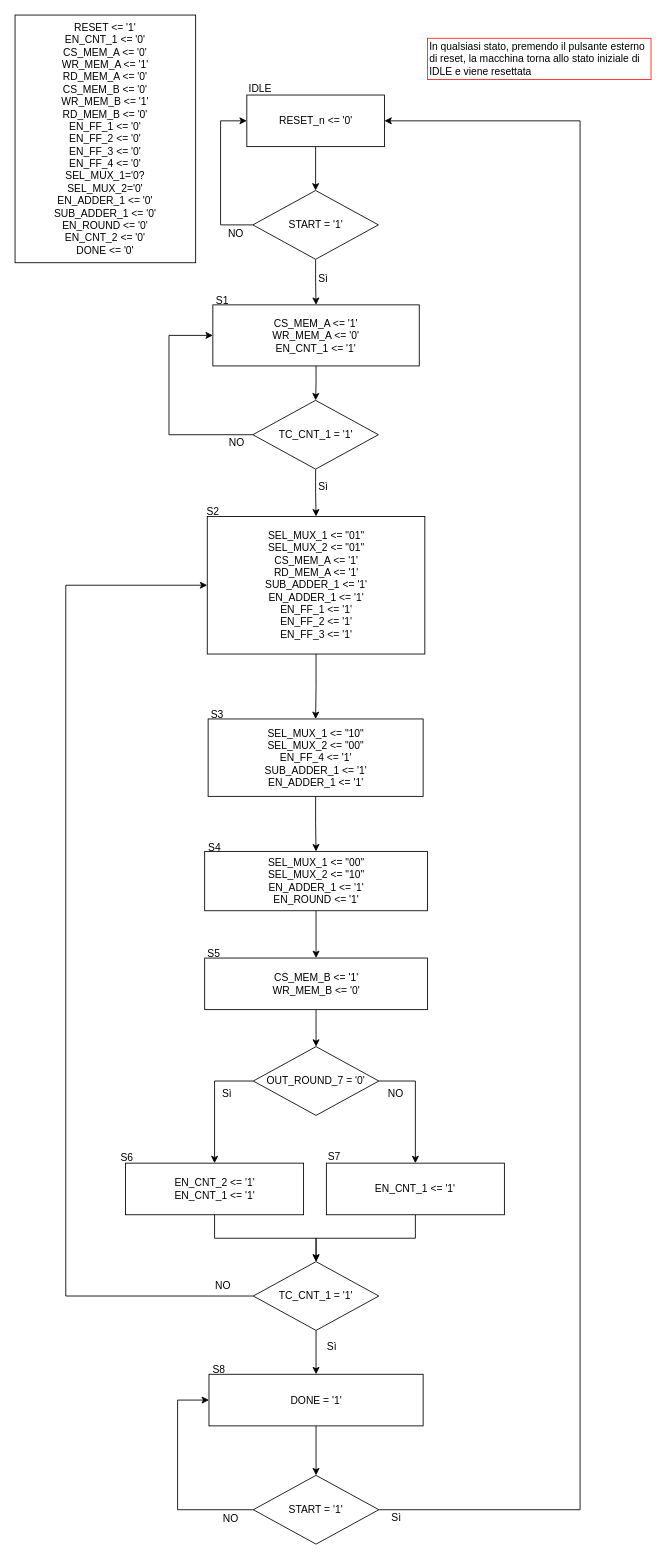
Above: lab6/Control ASM.drawio in leobel96/Polito-ESD-NeuralNetwork (draw.io), before the change. Source tidied: cells renumbered, new cells numbered last; positions are measured from the earlier drawing's top-left corner, leaving out a move shared by most shapes. Both pictures are drawn from the tidied source at 86%, with x=0, y=0 at pixel (15, 15).
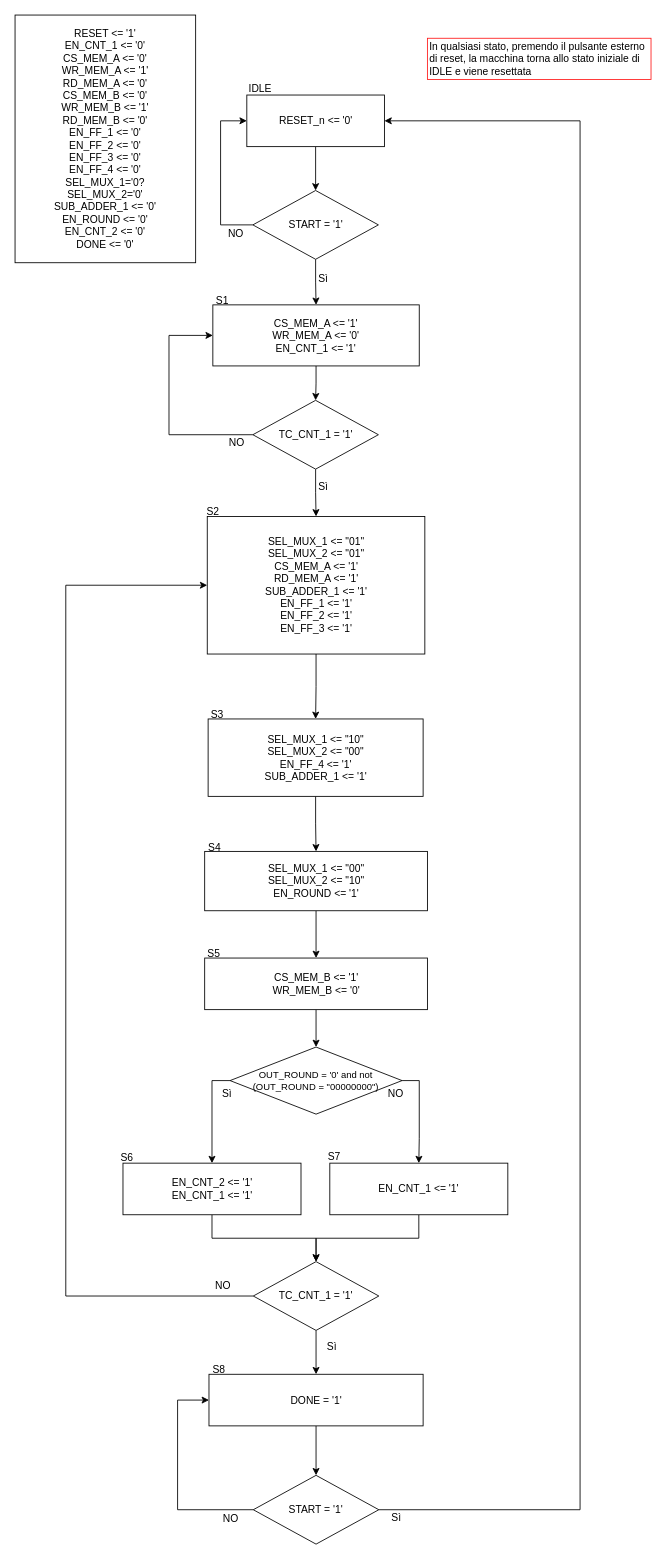
Above is the later version.

Diff of the diagram source:
```diff
@@
-    <mxCell id="12" value="&lt;div&gt;SEL_MUX_1 &amp;lt;= &quot;01&quot;&lt;/div&gt;&lt;div&gt;SEL_MUX_2 &amp;lt;= &quot;01&quot;&lt;br&gt;&lt;/div&gt;&lt;div&gt;&lt;div&gt;CS_MEM_A &amp;lt;= '1'&lt;/div&gt;&lt;div&gt;RD_MEM_A &amp;lt;= '1'&lt;/div&gt;&lt;div&gt;SUB_ADDER_1 &amp;lt;= '1'&lt;br&gt;&lt;/div&gt;&lt;div&gt;EN_ADDER_1 &amp;lt;= '1'&lt;/div&gt;&lt;div&gt;&lt;div&gt;&lt;div&gt;&lt;div&gt;&lt;div&gt;&lt;div&gt;EN_FF_1 &amp;lt;= '1'&lt;/div&gt;&lt;/div&gt;EN_FF_2 &amp;lt;= '1'&lt;/div&gt;&lt;/div&gt;&lt;/div&gt;&lt;div&gt;EN_FF_3 &amp;lt;= '1'&lt;/div&gt;&lt;/div&gt;&lt;/div&gt;" style="rounded=0;whiteSpace=wrap;html=1;" parent="1" vertex="1">
+    <mxCell id="12" value="&lt;div&gt;SEL_MUX_1 &amp;lt;= &quot;01&quot;&lt;/div&gt;&lt;div&gt;SEL_MUX_2 &amp;lt;= &quot;01&quot;&lt;br&gt;&lt;/div&gt;&lt;div&gt;&lt;div&gt;CS_MEM_A &amp;lt;= '1'&lt;/div&gt;&lt;div&gt;RD_MEM_A &amp;lt;= '1'&lt;/div&gt;&lt;div&gt;SUB_ADDER_1 &amp;lt;= '1'&lt;br&gt;&lt;/div&gt;&lt;div&gt;&lt;div&gt;&lt;div&gt;&lt;div&gt;&lt;div&gt;&lt;div&gt;EN_FF_1 &amp;lt;= '1'&lt;/div&gt;&lt;/div&gt;EN_FF_2 &amp;lt;= '1'&lt;/div&gt;&lt;/div&gt;&lt;/div&gt;&lt;div&gt;EN_FF_3 &amp;lt;= '1'&lt;/div&gt;&lt;/div&gt;&lt;/div&gt;" style="rounded=0;whiteSpace=wrap;html=1;" parent="1" vertex="1">
       <mxGeometry x="223.5" y="583" width="253" height="160" as="geometry" />
     </mxCell>
@@
-    <mxCell id="14" value="&lt;div&gt;SEL_MUX_1 &amp;lt;= &quot;10&quot;&lt;/div&gt;&lt;div&gt;SEL_MUX_2 &amp;lt;= &quot;00&quot;&lt;/div&gt;&lt;div&gt;EN_FF_4 &amp;lt;= '1'&lt;/div&gt;&lt;div&gt;&lt;div&gt;SUB_ADDER_1 &amp;lt;= '1'&lt;br&gt;&lt;/div&gt;&lt;div&gt;EN_ADDER_1 &amp;lt;= '1'&lt;/div&gt;&lt;/div&gt;" style="rounded=0;whiteSpace=wrap;html=1;" parent="1" vertex="1">
+    <mxCell id="14" value="&lt;div&gt;SEL_MUX_1 &amp;lt;= &quot;10&quot;&lt;/div&gt;&lt;div&gt;SEL_MUX_2 &amp;lt;= &quot;00&quot;&lt;/div&gt;&lt;div&gt;EN_FF_4 &amp;lt;= '1'&lt;/div&gt;&lt;div&gt;&lt;div&gt;SUB_ADDER_1 &amp;lt;= '1'&lt;br&gt;&lt;/div&gt;&lt;/div&gt;" style="rounded=0;whiteSpace=wrap;html=1;" parent="1" vertex="1">
       <mxGeometry x="224.5" y="818.5" width="250" height="90" as="geometry" />
     </mxCell>
@@
-    <mxCell id="16" value="&lt;div&gt;&lt;div&gt;&lt;div&gt;SEL_MUX_1 &amp;lt;= &quot;00&quot;&lt;/div&gt;&lt;div&gt;SEL_MUX_2 &amp;lt;= &quot;10&quot;&lt;/div&gt;&lt;/div&gt;&lt;div&gt;EN_ADDER_1 &amp;lt;= '1'&lt;/div&gt;&lt;/div&gt;&lt;div&gt;EN_ROUND &amp;lt;= '1'&lt;br&gt;&lt;/div&gt;" style="rounded=0;whiteSpace=wrap;html=1;" parent="1" vertex="1">
+    <mxCell id="16" value="&lt;div&gt;&lt;div&gt;&lt;div&gt;SEL_MUX_1 &amp;lt;= &quot;00&quot;&lt;/div&gt;&lt;div&gt;SEL_MUX_2 &amp;lt;= &quot;10&quot;&lt;/div&gt;&lt;/div&gt;&lt;/div&gt;&lt;div&gt;EN_ROUND &amp;lt;= '1'&lt;br&gt;&lt;/div&gt;" style="rounded=0;whiteSpace=wrap;html=1;" parent="1" vertex="1">
       <mxGeometry x="220.5" y="972.5" width="259" height="69" as="geometry" />
     </mxCell>
@@
-    <mxCell id="36" value="OUT_ROUND_7 = '0'" style="rhombus;whiteSpace=wrap;html=1;" parent="1" vertex="1">
-      <mxGeometry x="277" y="1199.5" width="146" height="80" as="geometry" />
+    <mxCell id="36" value="&lt;div style=&quot;font-size: 11px&quot;&gt;OUT_ROUND = '0' and not (OUT_ROUND = &quot;00000000&quot;)&lt;br&gt;&lt;/div&gt;" style="rhombus;whiteSpace=wrap;html=1;" parent="1" vertex="1">
+      <mxGeometry x="250" y="1200" width="200" height="78" as="geometry" />
     </mxCell>
@@
     <mxCell id="38" value="&lt;div&gt;EN_CNT_2 &amp;lt;= '1'&lt;/div&gt;EN_CNT_1 &amp;lt;= '1'" style="rounded=0;whiteSpace=wrap;html=1;" parent="1" vertex="1">
-      <mxGeometry x="128.5" y="1335" width="207" height="60" as="geometry" />
+      <mxGeometry x="125.5" y="1335" width="207" height="60" as="geometry" />
     </mxCell>
@@
-    <mxCell id="46" value="&lt;div&gt;RESET &amp;lt;= '1'&lt;/div&gt;&lt;div&gt;EN_CNT_1 &amp;lt;= '0'&lt;/div&gt;&lt;div&gt;CS_MEM_A &amp;lt;= '0'&lt;/div&gt;&lt;div&gt;WR_MEM_A &amp;lt;= '1'&lt;/div&gt;&lt;div&gt;RD_MEM_A &amp;lt;= '0'&lt;br&gt;&lt;/div&gt;&lt;div&gt;CS_MEM_B &amp;lt;= '0'&lt;br&gt;&lt;div&gt;WR_MEM_B &amp;lt;= '1'&lt;/div&gt;&lt;div&gt;RD_MEM_B &amp;lt;= '0'&lt;/div&gt;&lt;div&gt;&lt;div&gt;&lt;div&gt;EN_FF_1 &amp;lt;= '0'&lt;/div&gt;&lt;/div&gt;&lt;div&gt;EN_FF_2 &amp;lt;= '0'&lt;/div&gt;&lt;/div&gt;&lt;div&gt;EN_FF_3 &amp;lt;= '0'&lt;/div&gt;&lt;div&gt;EN_FF_4 &amp;lt;= '0'&lt;br&gt;&lt;/div&gt;&lt;div&gt;SEL_MUX_1='0?&lt;/div&gt;&lt;div&gt;SEL_MUX_2='0'&lt;/div&gt;&lt;div&gt;EN_ADDER_1 &amp;lt;= '0'&lt;/div&gt;&lt;div&gt;SUB_ADDER_1 &amp;lt;= '0'&lt;/div&gt;&lt;/div&gt;&lt;div&gt;EN_ROUND &amp;lt;= '0'&lt;br&gt;&lt;/div&gt;&lt;div&gt;EN_CNT_2 &amp;lt;= '0'&lt;br&gt;&lt;/div&gt;&lt;div&gt;DONE &amp;lt;= '0'&lt;/div&gt;" style="rounded=0;whiteSpace=wrap;html=1;" parent="1" vertex="1">
+    <mxCell id="46" value="&lt;div&gt;RESET &amp;lt;= '1'&lt;/div&gt;&lt;div&gt;EN_CNT_1 &amp;lt;= '0'&lt;/div&gt;&lt;div&gt;CS_MEM_A &amp;lt;= '0'&lt;/div&gt;&lt;div&gt;WR_MEM_A &amp;lt;= '1'&lt;/div&gt;&lt;div&gt;RD_MEM_A &amp;lt;= '0'&lt;br&gt;&lt;/div&gt;&lt;div&gt;CS_MEM_B &amp;lt;= '0'&lt;br&gt;&lt;div&gt;WR_MEM_B &amp;lt;= '1'&lt;/div&gt;&lt;div&gt;RD_MEM_B &amp;lt;= '0'&lt;/div&gt;&lt;div&gt;&lt;div&gt;&lt;div&gt;EN_FF_1 &amp;lt;= '0'&lt;/div&gt;&lt;/div&gt;&lt;div&gt;EN_FF_2 &amp;lt;= '0'&lt;/div&gt;&lt;/div&gt;&lt;div&gt;EN_FF_3 &amp;lt;= '0'&lt;/div&gt;&lt;div&gt;EN_FF_4 &amp;lt;= '0'&lt;br&gt;&lt;/div&gt;&lt;div&gt;SEL_MUX_1='0?&lt;/div&gt;&lt;div&gt;SEL_MUX_2='0'&lt;/div&gt;&lt;div&gt;SUB_ADDER_1 &amp;lt;= '0'&lt;/div&gt;&lt;/div&gt;&lt;div&gt;EN_ROUND &amp;lt;= '0'&lt;br&gt;&lt;/div&gt;&lt;div&gt;EN_CNT_2 &amp;lt;= '0'&lt;br&gt;&lt;/div&gt;&lt;div&gt;DONE &amp;lt;= '0'&lt;/div&gt;" style="rounded=0;whiteSpace=wrap;html=1;" parent="1" vertex="1">
       <mxGeometry width="210" height="288" as="geometry" />
     </mxCell>
@@
     <mxCell id="49" value="EN_CNT_1 &amp;lt;= '1'" style="rounded=0;whiteSpace=wrap;html=1;" parent="1" vertex="1">
-      <mxGeometry x="362" y="1335" width="207" height="60" as="geometry" />
+      <mxGeometry x="366" y="1335" width="207" height="60" as="geometry" />
     </mxCell>
```
